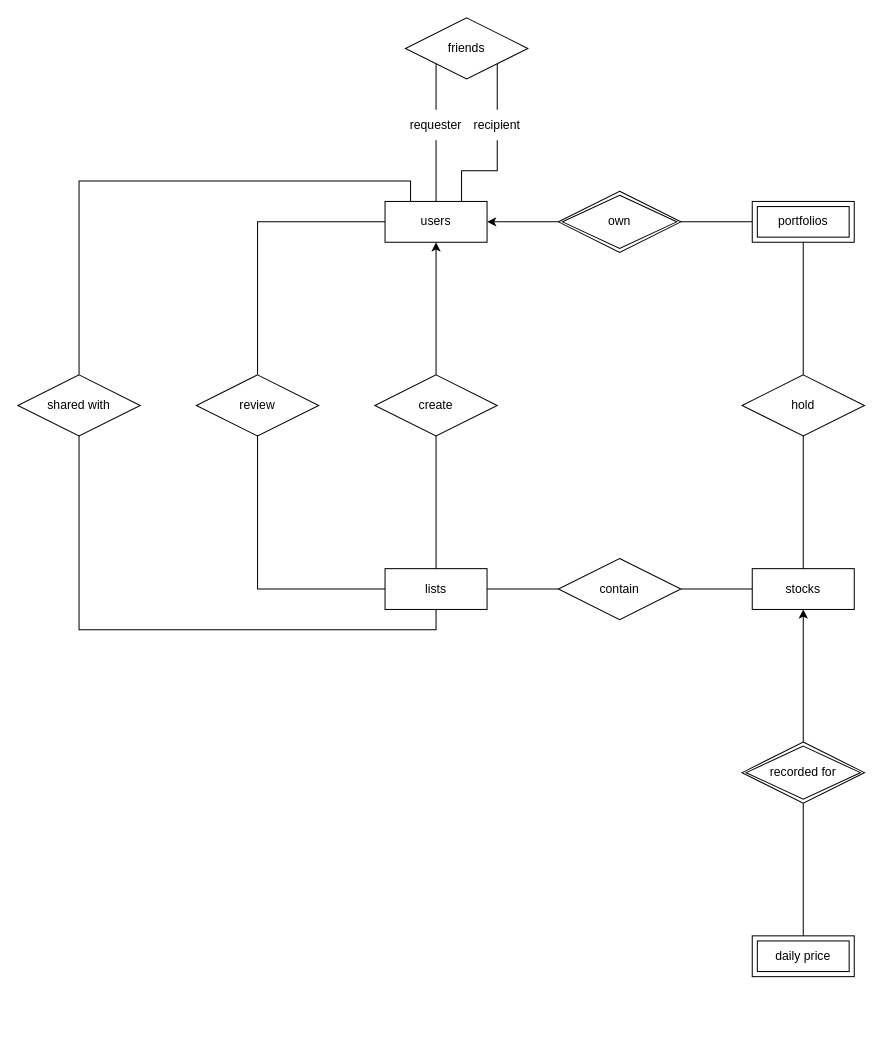
BrookMaoDev/StockSocialNetwork keeps this draw.io diagram as ERD.drawio. Above is the earlier version. Source tidied: cells renumbered, new cells numbered last; positions are measured from the earlier drawing's top-left corner, leaving out a move shared by most shapes. Both pictures are drawn from the tidied source at 102%, with x=0, y=0 at pixel (17, 17).
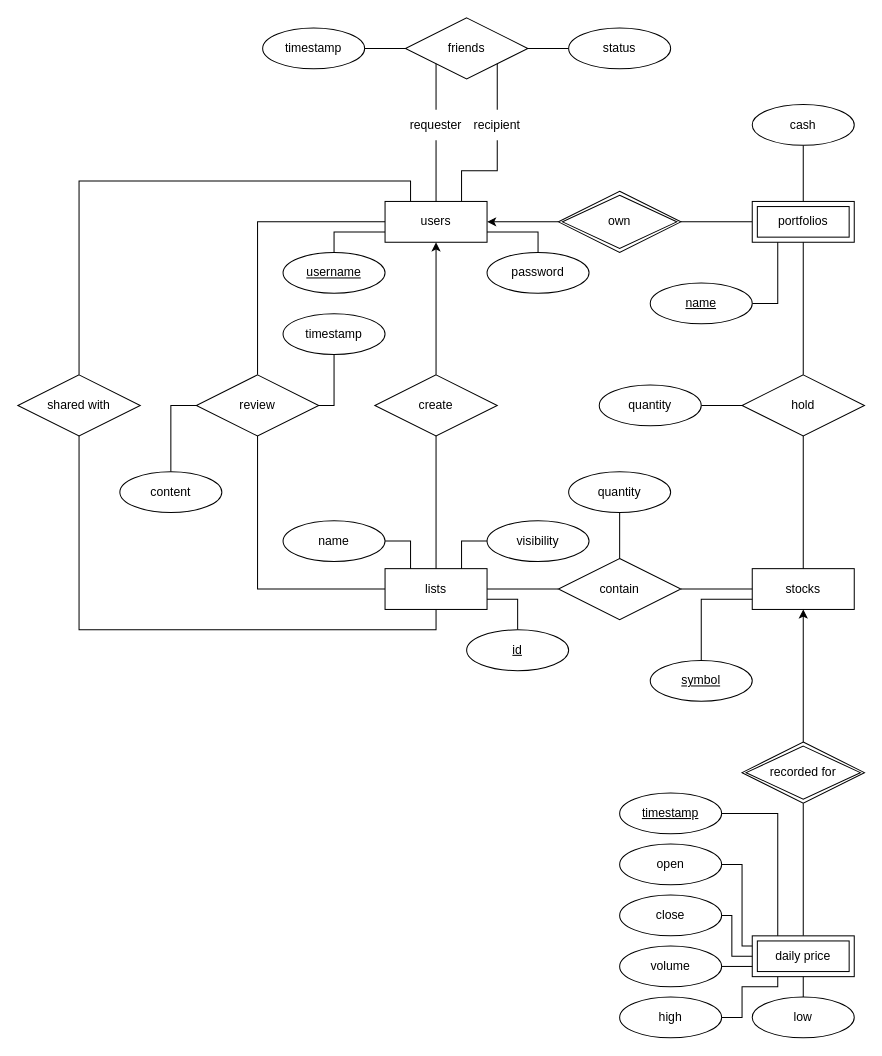
After the change.

The change refers to these unchanged cells:
```xml
<mxCell id="3" value="users" style="whiteSpace=wrap;html=1;align=center;" parent="1" vertex="1">
  <mxGeometry x="360" y="180" width="100" height="40" as="geometry" />
</mxCell>
<mxCell id="5" value="portfolios" style="shape=ext;margin=3;double=1;whiteSpace=wrap;html=1;align=center;" parent="1" vertex="1">
  <mxGeometry x="720" y="180" width="100" height="40" as="geometry" />
</mxCell>
<mxCell id="8" value="stocks" style="whiteSpace=wrap;html=1;align=center;" parent="1" vertex="1">
  <mxGeometry x="720" y="540" width="100" height="40" as="geometry" />
</mxCell>
<mxCell id="10" value="contain" style="shape=rhombus;perimeter=rhombusPerimeter;whiteSpace=wrap;html=1;align=center;" parent="1" vertex="1">
  <mxGeometry x="530" y="530" width="120" height="60" as="geometry" />
</mxCell>
<mxCell id="13" value="hold" style="shape=rhombus;perimeter=rhombusPerimeter;whiteSpace=wrap;html=1;align=center;" parent="1" vertex="1">
  <mxGeometry x="710" y="350" width="120" height="60" as="geometry" />
</mxCell>
<mxCell id="15" value="review" style="shape=rhombus;perimeter=rhombusPerimeter;whiteSpace=wrap;html=1;align=center;" parent="1" vertex="1">
  <mxGeometry x="175" y="350" width="120" height="60" as="geometry" />
</mxCell>
<mxCell id="21" value="lists" style="whiteSpace=wrap;html=1;align=center;newEdgeStyle=%7B%22edgeStyle%22%3A%22orthogonalEdgeStyle%22%2C%22rounded%22%3A%220%22%2C%22orthogonalLoop%22%3A%221%22%2C%22jettySize%22%3A%22auto%22%2C%22html%22%3A%221%22%2C%22endArrow%22%3A%22none%22%2C%22endFill%22%3A%220%22%7D;" parent="1" vertex="1">
  <mxGeometry x="360" y="540" width="100" height="40" as="geometry" />
</mxCell>
<mxCell id="25" value="friends" style="shape=rhombus;perimeter=rhombusPerimeter;whiteSpace=wrap;html=1;align=center;" parent="1" vertex="1">
  <mxGeometry x="380" width="120" height="60" as="geometry" />
</mxCell>
<mxCell id="32" value="daily price" style="shape=ext;margin=3;double=1;whiteSpace=wrap;html=1;align=center;" parent="1" vertex="1">
  <mxGeometry x="720" y="900" width="100" height="40" as="geometry" />
</mxCell>
```

What changed in the source:
```diff
@@
+    <mxCell id="35" style="edgeStyle=orthogonalEdgeStyle;shape=connector;rounded=0;jettySize=auto;html=1;strokeColor=default;align=center;verticalAlign=middle;fontFamily=Helvetica;fontSize=11;fontColor=default;labelBackgroundColor=default;endArrow=none;endFill=0;" parent="1" edge="1" source="5" target="58">
+      <mxGeometry relative="1" as="geometry" />
+    </mxCell>
@@
+    <mxCell id="36" style="edgeStyle=orthogonalEdgeStyle;shape=connector;rounded=0;jettySize=auto;html=1;strokeColor=default;align=center;verticalAlign=middle;fontFamily=Helvetica;fontSize=11;fontColor=default;labelBackgroundColor=default;endArrow=none;endFill=0;" parent="1" edge="1" source="37" target="25">
+      <mxGeometry relative="1" as="geometry" />
+    </mxCell>
+    <mxCell id="37" value="status" style="ellipse;whiteSpace=wrap;html=1;align=center;" parent="1" vertex="1">
+      <mxGeometry x="540" y="10" width="100" height="40" as="geometry" />
+    </mxCell>
+    <mxCell id="38" style="edgeStyle=orthogonalEdgeStyle;shape=connector;rounded=0;jettySize=auto;html=1;exitX=0.5;exitY=0;exitDx=0;exitDy=0;entryX=1;entryY=0.75;entryDx=0;entryDy=0;strokeColor=default;align=center;verticalAlign=middle;fontFamily=Helvetica;fontSize=11;fontColor=default;labelBackgroundColor=default;endArrow=none;endFill=0;" parent="1" edge="1" source="39" target="3">
+      <mxGeometry relative="1" as="geometry" />
+    </mxCell>
+    <mxCell id="39" value="password" style="ellipse;whiteSpace=wrap;html=1;align=center;" parent="1" vertex="1">
+      <mxGeometry x="460" y="230" width="100" height="40" as="geometry" />
+    </mxCell>
+    <mxCell id="40" style="edgeStyle=orthogonalEdgeStyle;shape=connector;rounded=0;jettySize=auto;html=1;exitX=0.5;exitY=0;exitDx=0;exitDy=0;entryX=0;entryY=0.75;entryDx=0;entryDy=0;strokeColor=default;align=center;verticalAlign=middle;fontFamily=Helvetica;fontSize=11;fontColor=default;labelBackgroundColor=default;endArrow=none;endFill=0;" parent="1" edge="1" source="41" target="3">
+      <mxGeometry relative="1" as="geometry" />
+    </mxCell>
+    <mxCell id="41" value="username" style="ellipse;whiteSpace=wrap;html=1;align=center;fontStyle=4;" parent="1" vertex="1">
+      <mxGeometry x="260" y="230" width="100" height="40" as="geometry" />
+    </mxCell>
+    <mxCell id="42" style="edgeStyle=orthogonalEdgeStyle;shape=connector;rounded=0;jettySize=auto;html=1;strokeColor=default;align=center;verticalAlign=middle;fontFamily=Helvetica;fontSize=11;fontColor=default;labelBackgroundColor=default;endArrow=none;endFill=0;" parent="1" edge="1" source="43" target="13">
+      <mxGeometry relative="1" as="geometry" />
+    </mxCell>
+    <mxCell id="43" value="quantity" style="ellipse;whiteSpace=wrap;html=1;align=center;" parent="1" vertex="1">
+      <mxGeometry x="570" y="360" width="100" height="40" as="geometry" />
+    </mxCell>
+    <mxCell id="44" style="edgeStyle=orthogonalEdgeStyle;shape=connector;rounded=0;jettySize=auto;html=1;exitX=0.5;exitY=0;exitDx=0;exitDy=0;entryX=0;entryY=0.75;entryDx=0;entryDy=0;strokeColor=default;align=center;verticalAlign=middle;fontFamily=Helvetica;fontSize=11;fontColor=default;labelBackgroundColor=default;endArrow=none;endFill=0;" parent="1" edge="1" source="45" target="8">
+      <mxGeometry relative="1" as="geometry" />
+    </mxCell>
+    <mxCell id="45" value="symbol" style="ellipse;whiteSpace=wrap;html=1;align=center;fontStyle=4;" parent="1" vertex="1">
+      <mxGeometry x="620" y="630" width="100" height="40" as="geometry" />
+    </mxCell>
+    <mxCell id="46" style="edgeStyle=orthogonalEdgeStyle;shape=connector;rounded=0;jettySize=auto;html=1;exitX=1;exitY=0.5;exitDx=0;exitDy=0;entryX=0.25;entryY=0;entryDx=0;entryDy=0;strokeColor=default;align=center;verticalAlign=middle;fontFamily=Helvetica;fontSize=11;fontColor=default;labelBackgroundColor=default;endArrow=none;endFill=0;" parent="1" edge="1" source="47" target="32">
+      <mxGeometry relative="1" as="geometry" />
+    </mxCell>
+    <mxCell id="47" value="timestamp" style="ellipse;whiteSpace=wrap;html=1;align=center;fontStyle=20;" parent="1" vertex="1">
+      <mxGeometry x="590" y="760" width="100" height="40" as="geometry" />
+    </mxCell>
+    <mxCell id="48" style="edgeStyle=orthogonalEdgeStyle;shape=connector;rounded=0;jettySize=auto;html=1;exitX=1;exitY=0.5;exitDx=0;exitDy=0;entryX=0;entryY=0.25;entryDx=0;entryDy=0;strokeColor=default;align=center;verticalAlign=middle;fontFamily=Helvetica;fontSize=11;fontColor=default;labelBackgroundColor=default;endArrow=none;endFill=0;" parent="1" edge="1" source="49" target="32">
+      <mxGeometry x="0.2" relative="1" as="geometry">
+        <Array as="points">
+          <mxPoint x="710" y="830" />
+          <mxPoint x="710" y="910" />
+        </Array>
+      </mxGeometry>
+    </mxCell>
+    <mxCell id="49" value="open" style="ellipse;whiteSpace=wrap;html=1;align=center;" parent="1" vertex="1">
+      <mxGeometry x="590" y="810" width="100" height="40" as="geometry" />
+    </mxCell>
+    <mxCell id="50" style="edgeStyle=orthogonalEdgeStyle;shape=connector;rounded=0;jettySize=auto;html=1;exitX=1;exitY=0.5;exitDx=0;exitDy=0;entryX=0;entryY=0.5;entryDx=0;entryDy=0;strokeColor=default;align=center;verticalAlign=middle;fontFamily=Helvetica;fontSize=11;fontColor=default;labelBackgroundColor=default;endArrow=none;endFill=0;" parent="1" edge="1" source="51" target="32">
+      <mxGeometry relative="1" as="geometry">
+        <Array as="points">
+          <mxPoint x="700" y="880" />
+          <mxPoint x="700" y="920" />
+        </Array>
+      </mxGeometry>
+    </mxCell>
+    <mxCell id="51" value="close" style="ellipse;whiteSpace=wrap;html=1;align=center;" parent="1" vertex="1">
+      <mxGeometry x="590" y="860" width="100" height="40" as="geometry" />
+    </mxCell>
+    <mxCell id="52" style="edgeStyle=orthogonalEdgeStyle;shape=connector;rounded=0;jettySize=auto;html=1;exitX=1;exitY=0.5;exitDx=0;exitDy=0;entryX=0;entryY=0.75;entryDx=0;entryDy=0;strokeColor=default;align=center;verticalAlign=middle;fontFamily=Helvetica;fontSize=11;fontColor=default;labelBackgroundColor=default;endArrow=none;endFill=0;" parent="1" edge="1" source="53" target="32">
+      <mxGeometry relative="1" as="geometry" />
+    </mxCell>
+    <mxCell id="53" value="volume" style="ellipse;whiteSpace=wrap;html=1;align=center;" parent="1" vertex="1">
+      <mxGeometry x="590" y="910" width="100" height="40" as="geometry" />
+    </mxCell>
+    <mxCell id="54" style="edgeStyle=orthogonalEdgeStyle;shape=connector;rounded=0;jettySize=auto;html=1;exitX=1;exitY=0.5;exitDx=0;exitDy=0;entryX=0.25;entryY=1;entryDx=0;entryDy=0;strokeColor=default;align=center;verticalAlign=middle;fontFamily=Helvetica;fontSize=11;fontColor=default;labelBackgroundColor=default;endArrow=none;endFill=0;" parent="1" edge="1" source="55" target="32">
+      <mxGeometry x="0.01" relative="1" as="geometry">
+        <Array as="points">
+          <mxPoint x="710" y="980" />
+          <mxPoint x="710" y="950" />
+          <mxPoint x="745" y="950" />
+        </Array>
+      </mxGeometry>
+    </mxCell>
+    <mxCell id="55" value="high" style="ellipse;whiteSpace=wrap;html=1;align=center;" parent="1" vertex="1">
+      <mxGeometry x="590" y="960" width="100" height="40" as="geometry" />
+    </mxCell>
+    <mxCell id="56" style="edgeStyle=orthogonalEdgeStyle;shape=connector;rounded=0;jettySize=auto;html=1;strokeColor=default;align=center;verticalAlign=middle;fontFamily=Helvetica;fontSize=11;fontColor=default;labelBackgroundColor=default;endArrow=none;endFill=0;" parent="1" edge="1" source="57" target="32">
+      <mxGeometry relative="1" as="geometry" />
+    </mxCell>
+    <mxCell id="57" value="low" style="ellipse;whiteSpace=wrap;html=1;align=center;" parent="1" vertex="1">
+      <mxGeometry x="720" y="960" width="100" height="40" as="geometry" />
+    </mxCell>
+    <mxCell id="58" value="cash" style="ellipse;whiteSpace=wrap;html=1;align=center;" parent="1" vertex="1">
+      <mxGeometry x="720" y="85" width="100" height="40" as="geometry" />
+    </mxCell>
+    <mxCell id="59" style="edgeStyle=orthogonalEdgeStyle;shape=connector;rounded=0;jettySize=auto;html=1;strokeColor=default;align=center;verticalAlign=middle;fontFamily=Helvetica;fontSize=11;fontColor=default;labelBackgroundColor=default;endArrow=none;endFill=0;" parent="1" edge="1" source="60" target="10">
+      <mxGeometry relative="1" as="geometry" />
+    </mxCell>
+    <mxCell id="60" value="quantity" style="ellipse;whiteSpace=wrap;html=1;align=center;" parent="1" vertex="1">
+      <mxGeometry x="540" y="445" width="100" height="40" as="geometry" />
+    </mxCell>
+    <mxCell id="61" style="edgeStyle=orthogonalEdgeStyle;shape=connector;rounded=0;jettySize=auto;html=1;exitX=0.5;exitY=0;exitDx=0;exitDy=0;entryX=0;entryY=0.5;entryDx=0;entryDy=0;strokeColor=default;align=center;verticalAlign=middle;fontFamily=Helvetica;fontSize=11;fontColor=default;labelBackgroundColor=default;endArrow=none;endFill=0;" parent="1" edge="1" source="62" target="15">
+      <mxGeometry relative="1" as="geometry" />
+    </mxCell>
+    <mxCell id="62" value="content" style="ellipse;whiteSpace=wrap;html=1;align=center;" parent="1" vertex="1">
+      <mxGeometry x="100" y="445" width="100" height="40" as="geometry" />
+    </mxCell>
+    <mxCell id="63" style="edgeStyle=orthogonalEdgeStyle;shape=connector;rounded=0;jettySize=auto;html=1;exitX=1;exitY=0.5;exitDx=0;exitDy=0;entryX=0.25;entryY=1;entryDx=0;entryDy=0;strokeColor=default;align=center;verticalAlign=middle;fontFamily=Helvetica;fontSize=11;fontColor=default;labelBackgroundColor=default;endArrow=none;endFill=0;" parent="1" edge="1" source="64" target="5">
+      <mxGeometry relative="1" as="geometry" />
+    </mxCell>
+    <mxCell id="64" value="name" style="ellipse;whiteSpace=wrap;html=1;align=center;fontStyle=20;" parent="1" vertex="1">
+      <mxGeometry x="620" y="260" width="100" height="40" as="geometry" />
+    </mxCell>
+    <mxCell id="65" style="edgeStyle=orthogonalEdgeStyle;shape=connector;rounded=0;jettySize=auto;html=1;exitX=0.5;exitY=0;exitDx=0;exitDy=0;entryX=1;entryY=0.75;entryDx=0;entryDy=0;strokeColor=default;align=center;verticalAlign=middle;fontFamily=Helvetica;fontSize=11;fontColor=default;labelBackgroundColor=default;endArrow=none;endFill=0;" parent="1" edge="1" source="66" target="21">
+      <mxGeometry relative="1" as="geometry" />
+    </mxCell>
+    <mxCell id="66" value="id" style="ellipse;whiteSpace=wrap;html=1;align=center;fontStyle=4;" parent="1" vertex="1">
+      <mxGeometry x="440" y="600" width="100" height="40" as="geometry" />
+    </mxCell>
+    <mxCell id="67" style="edgeStyle=orthogonalEdgeStyle;shape=connector;rounded=0;jettySize=auto;html=1;exitX=1;exitY=0.5;exitDx=0;exitDy=0;entryX=0.25;entryY=0;entryDx=0;entryDy=0;strokeColor=default;align=center;verticalAlign=middle;fontFamily=Helvetica;fontSize=11;fontColor=default;labelBackgroundColor=default;endArrow=none;endFill=0;" parent="1" edge="1" source="68" target="21">
+      <mxGeometry relative="1" as="geometry" />
+    </mxCell>
+    <mxCell id="68" value="name" style="ellipse;whiteSpace=wrap;html=1;align=center;" parent="1" vertex="1">
+      <mxGeometry x="260" y="493" width="100" height="40" as="geometry" />
+    </mxCell>
+    <mxCell id="69" style="edgeStyle=orthogonalEdgeStyle;shape=connector;rounded=0;jettySize=auto;html=1;exitX=0;exitY=0.5;exitDx=0;exitDy=0;entryX=0.75;entryY=0;entryDx=0;entryDy=0;strokeColor=default;align=center;verticalAlign=middle;fontFamily=Helvetica;fontSize=11;fontColor=default;labelBackgroundColor=default;endArrow=none;endFill=0;" parent="1" edge="1" source="70" target="21">
+      <mxGeometry relative="1" as="geometry" />
+    </mxCell>
+    <mxCell id="70" value="visibility" style="ellipse;whiteSpace=wrap;html=1;align=center;" parent="1" vertex="1">
+      <mxGeometry x="460" y="493" width="100" height="40" as="geometry" />
+    </mxCell>
+    <mxCell id="71" style="edgeStyle=orthogonalEdgeStyle;shape=connector;rounded=0;jettySize=auto;html=1;exitX=0.5;exitY=1;exitDx=0;exitDy=0;entryX=1;entryY=0.5;entryDx=0;entryDy=0;strokeColor=default;align=center;verticalAlign=middle;fontFamily=Helvetica;fontSize=11;fontColor=default;labelBackgroundColor=default;endArrow=none;endFill=0;" parent="1" edge="1" source="72" target="15">
+      <mxGeometry relative="1" as="geometry">
+        <Array as="points">
+          <mxPoint x="310" y="380" />
+        </Array>
+      </mxGeometry>
+    </mxCell>
+    <mxCell id="72" value="timestamp" style="ellipse;whiteSpace=wrap;html=1;align=center;" parent="1" vertex="1">
+      <mxGeometry x="260" y="290" width="100" height="40" as="geometry" />
+    </mxCell>
+    <mxCell id="73" style="edgeStyle=orthogonalEdgeStyle;shape=connector;rounded=0;jettySize=auto;html=1;strokeColor=default;align=center;verticalAlign=middle;fontFamily=Helvetica;fontSize=11;fontColor=default;labelBackgroundColor=default;endArrow=none;endFill=0;" parent="1" edge="1" source="74" target="25">
+      <mxGeometry relative="1" as="geometry" />
+    </mxCell>
+    <mxCell id="74" value="timestamp" style="ellipse;whiteSpace=wrap;html=1;align=center;" parent="1" vertex="1">
+      <mxGeometry x="240" y="10" width="100" height="40" as="geometry" />
+    </mxCell>
```
